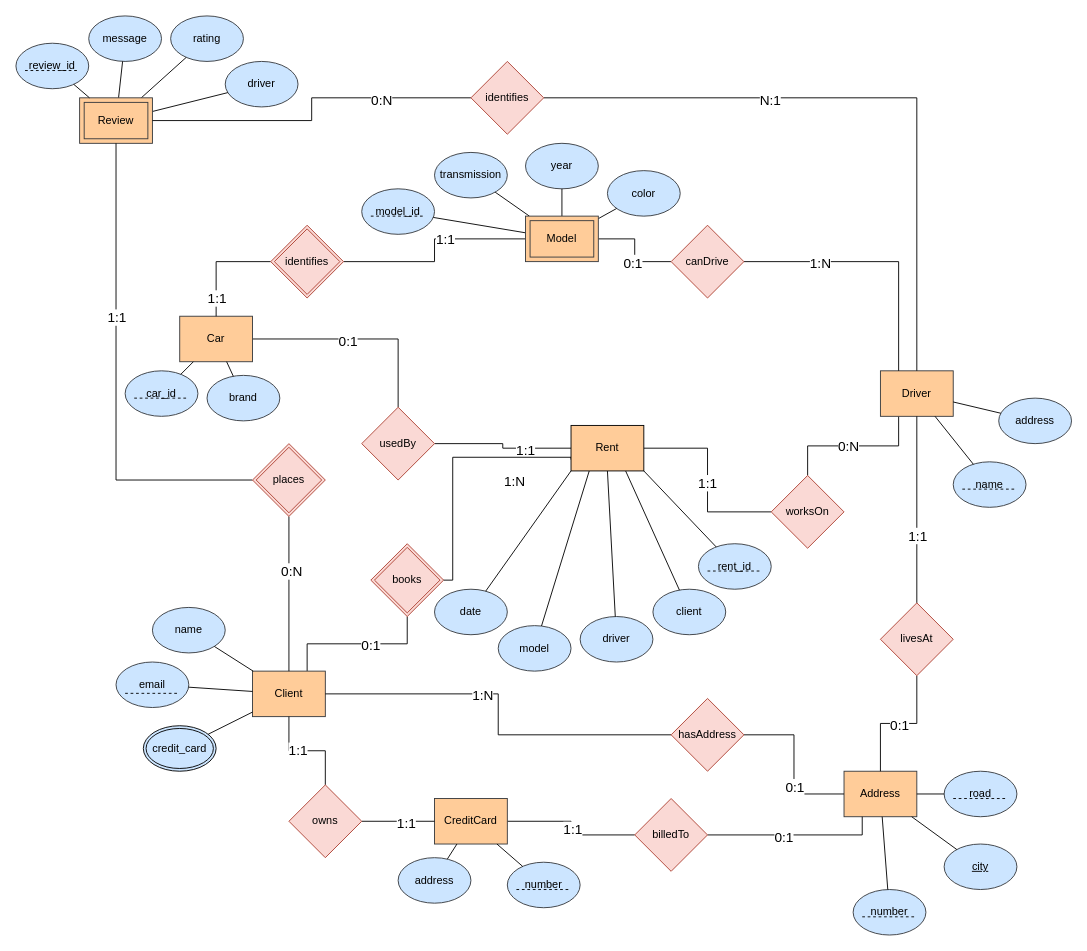
Earlier version of the draw.io diagram 480-ER-Diagram.drawio (p-rinceS/CS-480-Project). Source tidied: cells renumbered, new cells numbered last; positions are measured from the earlier drawing's top-left corner, leaving out a move shared by most shapes. Both pictures are drawn from the tidied source at 91%, with x=0, y=0 at pixel (15, 15).
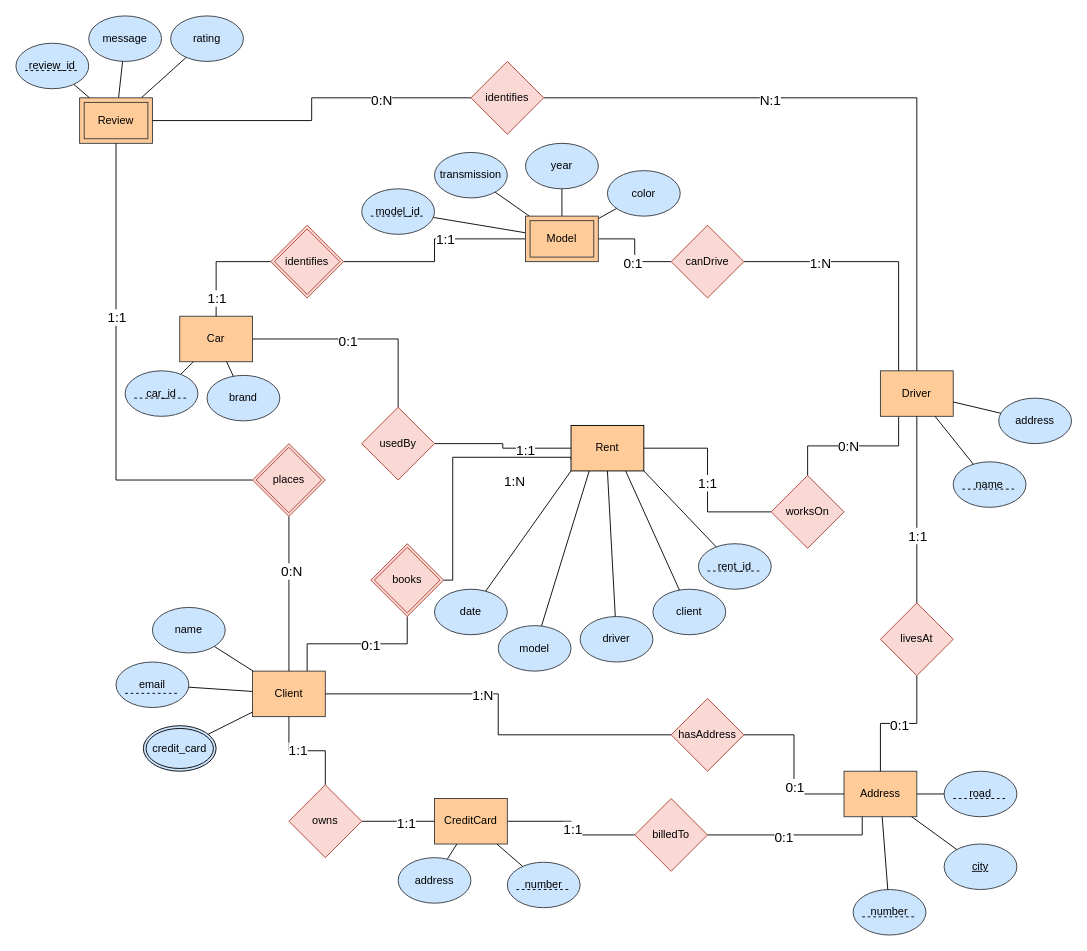
The same diagram, later.

Commit message:
Removed 'driver' attribute for "Review"

Unchanged cells that the change refers to:
```xml
<mxCell id="58" value="Review" style="shape=ext;margin=3;double=1;whiteSpace=wrap;html=1;align=center;fillColor=#ffcc99;strokeColor=#36393d;" parent="1" vertex="1">
  <mxGeometry x="70" y="90" width="80" height="50" as="geometry" />
</mxCell>
```

Change to the diagram source:
```diff
@@
-    <mxCell id="37" value="driver" style="ellipse;whiteSpace=wrap;html=1;fillColor=#cce5ff;strokeColor=#36393d;" parent="1" vertex="1">
-      <mxGeometry x="230" y="50" width="80" height="50" as="geometry" />
-    </mxCell>
@@
-    <mxCell id="42" style="endArrow=none;html=1;rounded=0;" parent="1" edge="1" source="58" target="37">
-      <mxGeometry relative="1" as="geometry" />
-    </mxCell>
```
